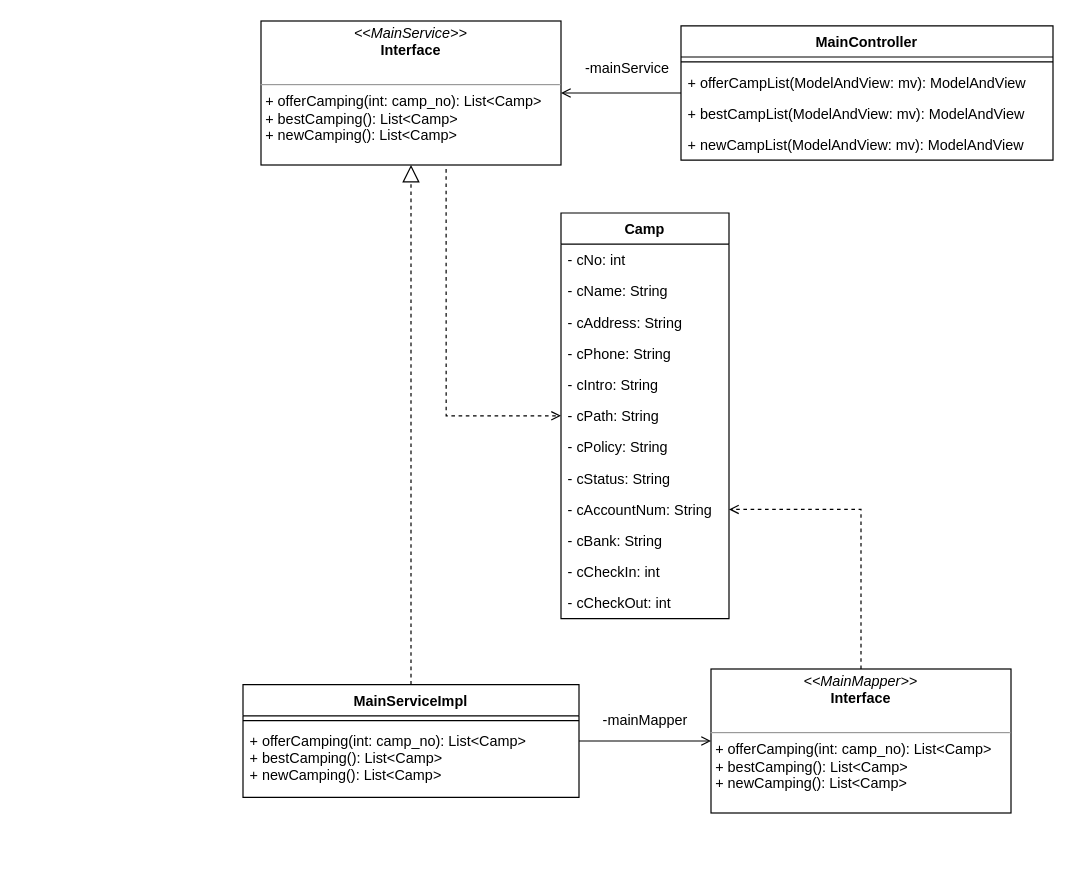
Earlier version of the draw.io diagram page "Main" (1 of 2) of UML/minju_class.drawio (boming09/FinalProject). Source tidied: cells renumbered, new cells numbered last; positions are measured from the earlier drawing's top-left corner, leaving out a move shared by most shapes. Both pictures are drawn from the tidied source at 120%, with x=0, y=0 at pixel (242, 20).
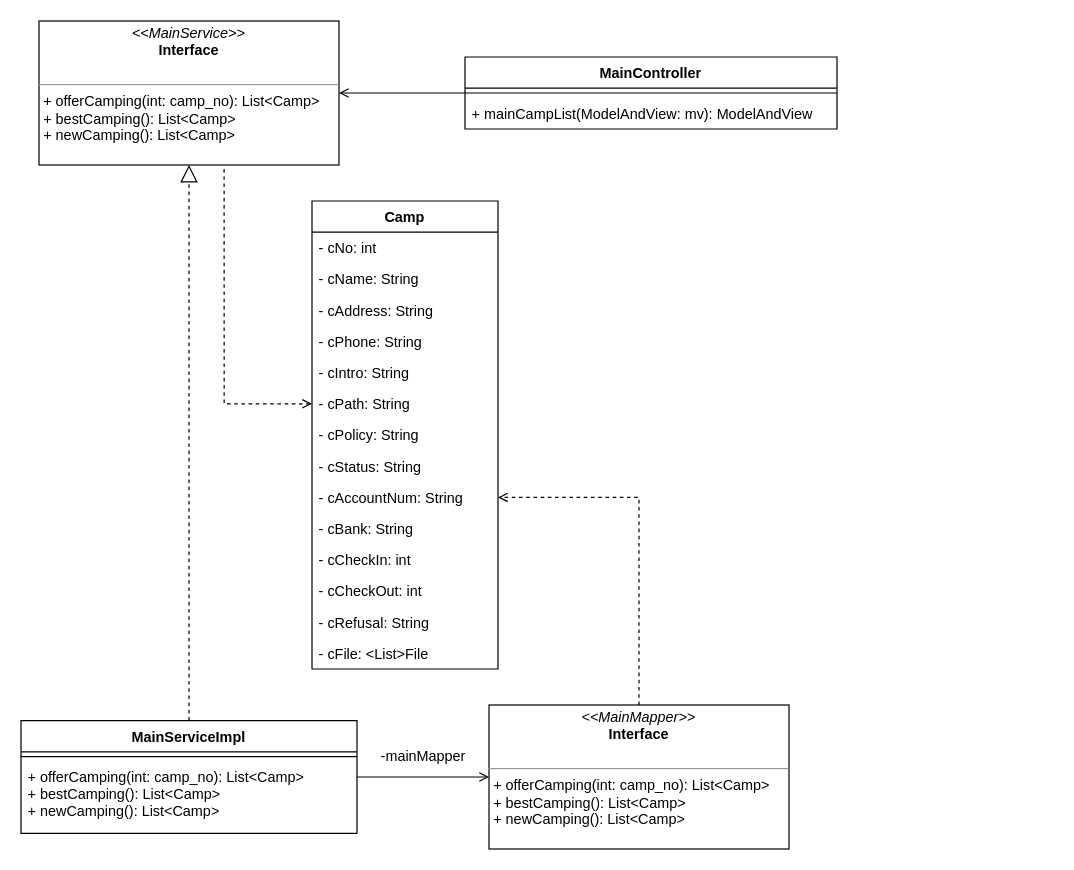
Above is the later version.

The edit, as a diff of the source:
```diff
@@
     <mxCell id="4" value="MainController" style="swimlane;fontStyle=1;align=center;verticalAlign=top;horizontal=1;startSize=26;" parent="1" vertex="1">
-      <mxGeometry x="365" y="4" width="310" height="112" as="geometry" />
+      <mxGeometry x="185" y="30" width="310" height="60" as="geometry" />
     </mxCell>
@@
-    <mxCell id="6" value="+ offerCampList(ModelAndView: mv): ModelAndView" style="text;strokeColor=none;fillColor=none;align=left;verticalAlign=top;spacingLeft=4;spacingRight=4;overflow=hidden;" parent="4" vertex="1">
+    <mxCell id="6" value="+ mainCampList(ModelAndView: mv): ModelAndView" style="text;strokeColor=none;fillColor=none;align=left;verticalAlign=top;spacingLeft=4;spacingRight=4;overflow=hidden;" parent="4" vertex="1">
       <mxGeometry y="34" width="310" height="26" as="geometry" />
     </mxCell>
-    <mxCell id="7" value="+ bestCampList(ModelAndView: mv): ModelAndView" style="text;strokeColor=none;fillColor=none;align=left;verticalAlign=top;spacingLeft=4;spacingRight=4;overflow=hidden;" parent="4" vertex="1">
-      <mxGeometry y="60" width="310" height="26" as="geometry" />
-    </mxCell>
-    <mxCell id="8" value="+ newCampList(ModelAndView: mv): ModelAndView" style="text;strokeColor=none;fillColor=none;align=left;verticalAlign=top;spacingLeft=4;spacingRight=4;overflow=hidden;" parent="4" vertex="1">
-      <mxGeometry y="86" width="310" height="26" as="geometry" />
-    </mxCell>
@@
     <mxCell id="10" value="&lt;p style=&quot;margin: 0px ; margin-top: 4px ; text-align: center&quot;&gt;&lt;i&gt;&amp;lt;&amp;lt;MainMapper&amp;gt;&amp;gt;&lt;/i&gt;&lt;br&gt;&lt;b&gt;Interface&lt;/b&gt;&lt;/p&gt;&lt;p style=&quot;margin: 0px ; margin-left: 4px&quot;&gt;&lt;br&gt;&lt;/p&gt;&lt;hr size=&quot;1&quot;&gt;&lt;p style=&quot;margin: 0px ; margin-left: 4px&quot;&gt;+ offerCamping(int: camp_no): List&amp;lt;Camp&amp;gt;&lt;br&gt;+ bestCamping(): List&amp;lt;Camp&amp;gt;&lt;/p&gt;&lt;p style=&quot;margin: 0px ; margin-left: 4px&quot;&gt;+ newCamping(): List&amp;lt;Camp&amp;gt;&lt;/p&gt;" style="verticalAlign=top;align=left;overflow=fill;fontSize=12;fontFamily=Helvetica;html=1;" parent="1" vertex="1">
-      <mxGeometry x="390" y="540" width="250" height="120" as="geometry" />
+      <mxGeometry x="205" y="570" width="250" height="120" as="geometry" />
     </mxCell>
     <mxCell id="11" value="&lt;p style=&quot;margin: 0px ; margin-top: 4px ; text-align: center&quot;&gt;&lt;i&gt;&amp;lt;&amp;lt;MainService&amp;gt;&amp;gt;&lt;/i&gt;&lt;br&gt;&lt;b&gt;Interface&lt;/b&gt;&lt;/p&gt;&lt;p style=&quot;margin: 0px ; margin-left: 4px&quot;&gt;&lt;br&gt;&lt;/p&gt;&lt;hr size=&quot;1&quot;&gt;&lt;p style=&quot;margin: 0px ; margin-left: 4px&quot;&gt;+ offerCamping(int: camp_no): List&amp;lt;Camp&amp;gt;&lt;br&gt;+ bestCamping(): List&amp;lt;Camp&amp;gt;&lt;/p&gt;&lt;p style=&quot;margin: 0px ; margin-left: 4px&quot;&gt;+ newCamping(): List&amp;lt;Camp&amp;gt;&lt;/p&gt;" style="verticalAlign=top;align=left;overflow=fill;fontSize=12;fontFamily=Helvetica;html=1;" parent="1" vertex="1">
-      <mxGeometry x="15" width="250" height="120" as="geometry" />
+      <mxGeometry x="-170" width="250" height="120" as="geometry" />
     </mxCell>
     <mxCell id="12" value="Camp" style="swimlane;fontStyle=1;horizontal=1;startSize=26;fillColor=none;" parent="1" vertex="1">
-      <mxGeometry x="265" y="160" width="140" height="338" as="geometry" />
+      <mxGeometry x="57.5" y="150" width="155" height="390" as="geometry" />
     </mxCell>
     <mxCell id="13" value="- cNo: int" style="text;strokeColor=none;fillColor=none;align=left;verticalAlign=top;spacingLeft=4;spacingRight=4;overflow=hidden;" parent="12" vertex="1">
-      <mxGeometry y="26" width="140" height="26" as="geometry" />
+      <mxGeometry y="26" width="155" height="26" as="geometry" />
     </mxCell>
     <mxCell id="14" value="- cName: String" style="text;strokeColor=none;fillColor=none;align=left;verticalAlign=top;spacingLeft=4;spacingRight=4;overflow=hidden;" parent="12" vertex="1">
-      <mxGeometry y="52" width="140" height="26" as="geometry" />
+      <mxGeometry y="52" width="155" height="26" as="geometry" />
     </mxCell>
     <mxCell id="15" value="- cAddress: String" style="text;strokeColor=none;fillColor=none;align=left;verticalAlign=top;spacingLeft=4;spacingRight=4;overflow=hidden;" parent="12" vertex="1">
-      <mxGeometry y="78" width="140" height="26" as="geometry" />
+      <mxGeometry y="78" width="155" height="26" as="geometry" />
     </mxCell>
     <mxCell id="16" value="- cPhone: String" style="text;strokeColor=none;fillColor=none;align=left;verticalAlign=top;spacingLeft=4;spacingRight=4;overflow=hidden;" parent="12" vertex="1">
-      <mxGeometry y="104" width="140" height="26" as="geometry" />
+      <mxGeometry y="104" width="155" height="26" as="geometry" />
     </mxCell>
     <mxCell id="17" value="- cIntro: String" style="text;strokeColor=none;fillColor=none;align=left;verticalAlign=top;spacingLeft=4;spacingRight=4;overflow=hidden;" parent="12" vertex="1">
-      <mxGeometry y="130" width="140" height="26" as="geometry" />
+      <mxGeometry y="130" width="155" height="26" as="geometry" />
     </mxCell>
     <mxCell id="18" value="- cPath: String" style="text;strokeColor=none;fillColor=none;align=left;verticalAlign=top;spacingLeft=4;spacingRight=4;overflow=hidden;points=[[0,0.5],[1,0.5]];portConstraint=eastwest;" parent="12" vertex="1">
-      <mxGeometry y="156" width="140" height="26" as="geometry" />
+      <mxGeometry y="156" width="155" height="26" as="geometry" />
     </mxCell>
     <mxCell id="19" value="- cPolicy: String" style="text;strokeColor=none;fillColor=none;align=left;verticalAlign=top;spacingLeft=4;spacingRight=4;overflow=hidden;" parent="12" vertex="1">
-      <mxGeometry y="182" width="140" height="26" as="geometry" />
+      <mxGeometry y="182" width="155" height="26" as="geometry" />
     </mxCell>
     <mxCell id="20" value="- cStatus: String" style="text;strokeColor=none;fillColor=none;align=left;verticalAlign=top;spacingLeft=4;spacingRight=4;overflow=hidden;" parent="12" vertex="1">
-      <mxGeometry y="208" width="140" height="26" as="geometry" />
+      <mxGeometry y="208" width="155" height="26" as="geometry" />
     </mxCell>
     <mxCell id="21" value="- cAccountNum: String" style="text;strokeColor=none;fillColor=none;align=left;verticalAlign=top;spacingLeft=4;spacingRight=4;overflow=hidden;points=[[0,0.5],[1,0.5]];portConstraint=eastwest;" parent="12" vertex="1">
-      <mxGeometry y="234" width="140" height="26" as="geometry" />
+      <mxGeometry y="234" width="155" height="26" as="geometry" />
     </mxCell>
     <mxCell id="22" value="- cBank: String" style="text;strokeColor=none;fillColor=none;align=left;verticalAlign=top;spacingLeft=4;spacingRight=4;overflow=hidden;" parent="12" vertex="1">
-      <mxGeometry y="260" width="140" height="26" as="geometry" />
+      <mxGeometry y="260" width="155" height="26" as="geometry" />
     </mxCell>
     <mxCell id="23" value="- cCheckIn: int" style="text;strokeColor=none;fillColor=none;align=left;verticalAlign=top;spacingLeft=4;spacingRight=4;overflow=hidden;" parent="12" vertex="1">
-      <mxGeometry y="286" width="140" height="26" as="geometry" />
+      <mxGeometry y="286" width="155" height="26" as="geometry" />
     </mxCell>
+    <mxCell id="32" value="- cCheckOut: int" style="text;strokeColor=none;fillColor=none;align=left;verticalAlign=top;spacingLeft=4;spacingRight=4;overflow=hidden;" parent="12" vertex="1">
+      <mxGeometry y="312" width="155" height="26" as="geometry" />
+    </mxCell>
-    <mxCell id="24" value="- cCheckOut: int" style="text;strokeColor=none;fillColor=none;align=left;verticalAlign=top;spacingLeft=4;spacingRight=4;overflow=hidden;" parent="12" vertex="1">
-      <mxGeometry y="312" width="140" height="26" as="geometry" />
+    <mxCell id="24" value="- cRefusal: String" style="text;strokeColor=none;fillColor=none;align=left;verticalAlign=top;spacingLeft=4;spacingRight=4;overflow=hidden;" parent="12" vertex="1">
+      <mxGeometry y="338" width="155" height="26" as="geometry" />
     </mxCell>
+    <mxCell id="33" value="- cFile: &lt;List&gt;File" style="text;strokeColor=none;fillColor=none;align=left;verticalAlign=top;spacingLeft=4;spacingRight=4;overflow=hidden;" parent="12" vertex="1">
+      <mxGeometry y="364" width="155" height="26" as="geometry" />
+    </mxCell>
@@
     <mxCell id="26" value="MainServiceImpl" style="swimlane;fontStyle=1;align=center;verticalAlign=top;horizontal=1;startSize=26;" parent="1" vertex="1">
-      <mxGeometry y="553" width="280" height="94" as="geometry" />
+      <mxGeometry x="-185" y="583" width="280" height="94" as="geometry" />
     </mxCell>
@@
-    <mxCell id="29" value="-mainService" style="text;html=1;align=center;verticalAlign=middle;strokeColor=none;fillColor=none;" parent="1" vertex="1">
-      <mxGeometry x="275" y="30" width="90" height="20" as="geometry" />
-    </mxCell>
@@
     <mxCell id="31" value="-mainMapper" style="text;html=1;align=center;verticalAlign=middle;strokeColor=none;fillColor=none;" parent="1" vertex="1">
-      <mxGeometry x="290" y="573" width="90" height="20" as="geometry" />
+      <mxGeometry x="105" y="603" width="90" height="20" as="geometry" />
     </mxCell>
```
